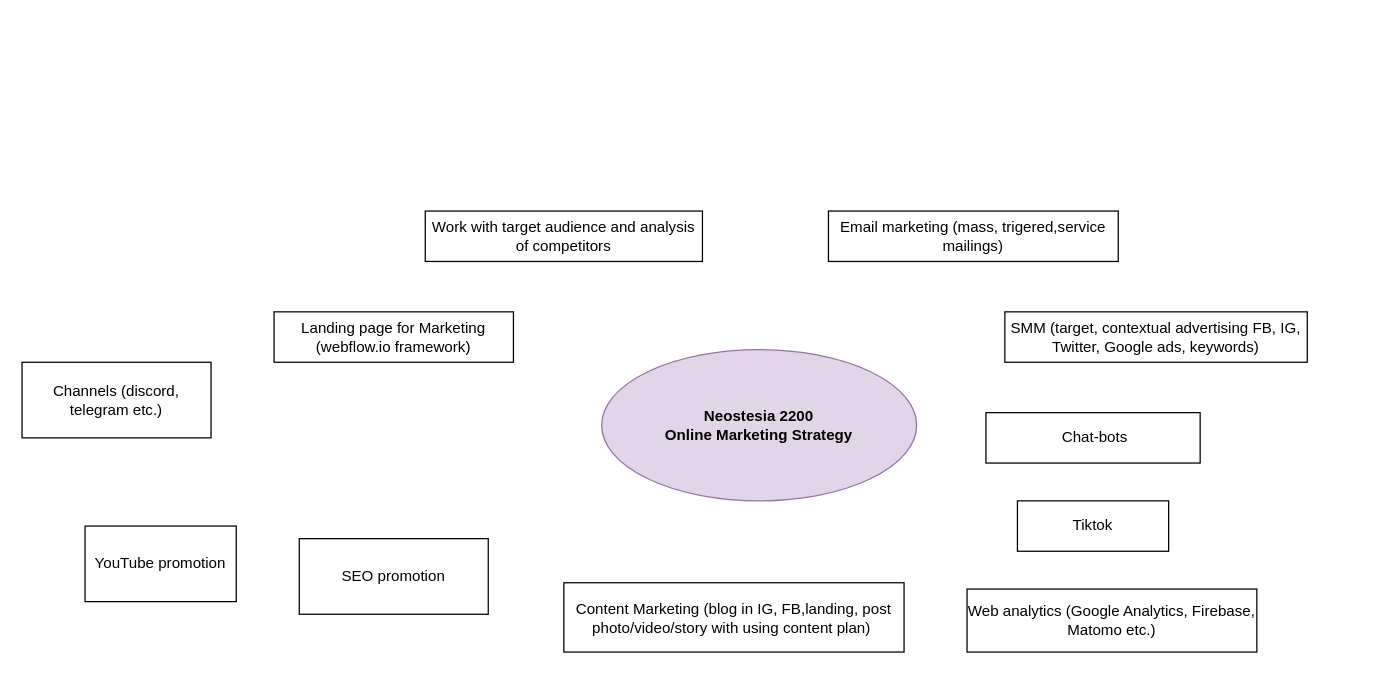
This is Marketing strategy Neostesia.drawio from annastazi09/blog, a draw.io file, before an edit. Source tidied: cells renumbered, new cells numbered last; positions are measured from the earlier drawing's top-left corner, leaving out a move shared by most shapes. Both pictures are drawn from the tidied source at 126%, with x=0, y=0 at pixel (21, 210).
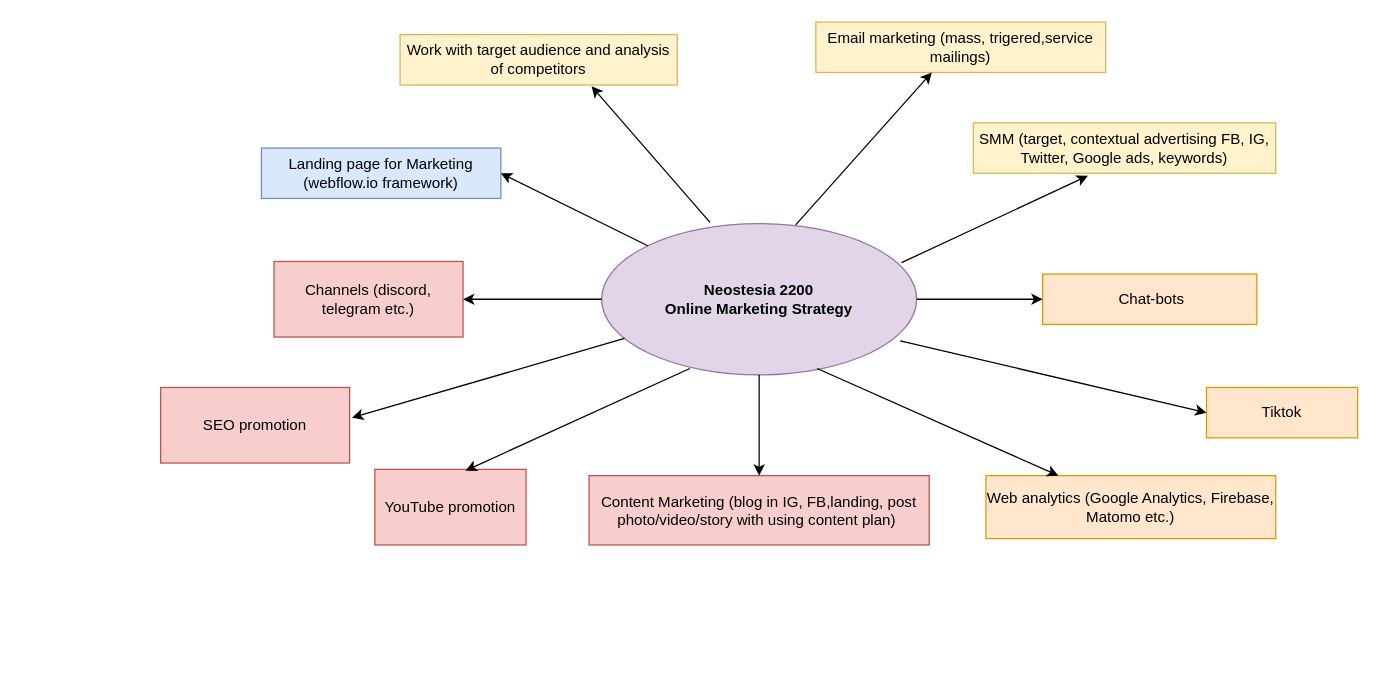
The same page after the edit.

Diff of the diagram source:
```diff
@@
     <mxCell id="2" value="&lt;b&gt;Neostesia 2200&lt;br&gt;Online Marketing Strategy&lt;/b&gt;" style="ellipse;whiteSpace=wrap;html=1;fillColor=#e1d5e7;strokeColor=#9673a6;" parent="1" vertex="1">
-      <mxGeometry x="460" y="110" width="250" height="120" as="geometry" />
+      <mxGeometry x="460" y="10" width="250" height="120" as="geometry" />
     </mxCell>
-    <mxCell id="3" value="Landing page for Marketing (webflow.io framework)" style="rounded=0;whiteSpace=wrap;html=1;" parent="1" vertex="1">
-      <mxGeometry x="200" y="80" width="190" height="40" as="geometry" />
+    <mxCell id="3" value="Landing page for Marketing (webflow.io framework)" style="rounded=0;whiteSpace=wrap;html=1;fillColor=#dae8fc;strokeColor=#6c8ebf;" parent="1" vertex="1">
+      <mxGeometry x="190" y="-50" width="190" height="40" as="geometry" />
     </mxCell>
-    <mxCell id="4" value="Work with target audience and analysis of competitors" style="rounded=0;whiteSpace=wrap;html=1;" parent="1" vertex="1">
-      <mxGeometry x="320" width="220" height="40" as="geometry" />
+    <mxCell id="4" value="Work with target audience and analysis of competitors" style="rounded=0;whiteSpace=wrap;html=1;fillColor=#fff2cc;strokeColor=#d6b656;" parent="1" vertex="1">
+      <mxGeometry x="300" y="-140" width="220" height="40" as="geometry" />
     </mxCell>
-    <mxCell id="5" value="Email marketing (mass, trigered,service mailings)" style="rounded=0;whiteSpace=wrap;html=1;" parent="1" vertex="1">
-      <mxGeometry x="640" width="230" height="40" as="geometry" />
+    <mxCell id="5" value="Email marketing (mass, trigered,service mailings)" style="rounded=0;whiteSpace=wrap;html=1;fillColor=#fff2cc;strokeColor=#d6b656;" parent="1" vertex="1">
+      <mxGeometry x="630" y="-150" width="230" height="40" as="geometry" />
     </mxCell>
-    <mxCell id="6" value="SMM (target, contextual advertising FB, IG, Twitter, Google ads, keywords)" style="rounded=0;whiteSpace=wrap;html=1;" parent="1" vertex="1">
-      <mxGeometry x="780" y="80" width="240" height="40" as="geometry" />
+    <mxCell id="6" value="SMM (target, contextual advertising FB, IG, Twitter, Google ads, keywords)" style="rounded=0;whiteSpace=wrap;html=1;fillColor=#fff2cc;strokeColor=#d6b656;" parent="1" vertex="1">
+      <mxGeometry x="755" y="-70" width="240" height="40" as="geometry" />
     </mxCell>
-    <mxCell id="7" value="&amp;nbsp;Chat-bots" style="rounded=0;whiteSpace=wrap;html=1;" parent="1" vertex="1">
-      <mxGeometry x="765" y="160" width="170" height="40" as="geometry" />
+    <mxCell id="7" value="&amp;nbsp;Chat-bots" style="rounded=0;whiteSpace=wrap;html=1;fillColor=#ffe6cc;strokeColor=#d79b00;" parent="1" vertex="1">
+      <mxGeometry x="810" y="50" width="170" height="40" as="geometry" />
     </mxCell>
-    <mxCell id="8" value="Tiktok" style="rounded=0;whiteSpace=wrap;html=1;" parent="1" vertex="1">
-      <mxGeometry x="790" y="230" width="120" height="40" as="geometry" />
+    <mxCell id="8" value="Tiktok" style="rounded=0;whiteSpace=wrap;html=1;fillColor=#ffe6cc;strokeColor=#d79b00;" parent="1" vertex="1">
+      <mxGeometry x="940" y="140" width="120" height="40" as="geometry" />
     </mxCell>
-    <mxCell id="9" value="Web analytics (Google Analytics, Firebase, Matomo etc.)" style="rounded=0;whiteSpace=wrap;html=1;" parent="1" vertex="1">
-      <mxGeometry x="750" y="300" width="230" height="50" as="geometry" />
+    <mxCell id="9" value="Web analytics (Google Analytics, Firebase, Matomo etc.)" style="rounded=0;whiteSpace=wrap;html=1;fillColor=#ffe6cc;strokeColor=#d79b00;" parent="1" vertex="1">
+      <mxGeometry x="765" y="210" width="230" height="50" as="geometry" />
     </mxCell>
-    <mxCell id="10" value="Content Marketing (blog in IG, FB,landing, post photo/video/story with using content plan)&amp;nbsp;" style="rounded=0;whiteSpace=wrap;html=1;" parent="1" vertex="1">
-      <mxGeometry x="430" y="295" width="270" height="55" as="geometry" />
+    <mxCell id="10" value="Content Marketing (blog in IG, FB,landing, post photo/video/story with using content plan)&amp;nbsp;" style="rounded=0;whiteSpace=wrap;html=1;fillColor=#f8cecc;strokeColor=#b85450;" parent="1" vertex="1">
+      <mxGeometry x="450" y="210" width="270" height="55" as="geometry" />
     </mxCell>
-    <mxCell id="11" value="SEO promotion" style="rounded=0;whiteSpace=wrap;html=1;" parent="1" vertex="1">
-      <mxGeometry x="220" y="260" width="150" height="60" as="geometry" />
+    <mxCell id="11" value="SEO promotion" style="rounded=0;whiteSpace=wrap;html=1;fillColor=#f8cecc;strokeColor=#b85450;" parent="1" vertex="1">
+      <mxGeometry x="110" y="140" width="150" height="60" as="geometry" />
     </mxCell>
-    <mxCell id="12" value="YouTube promotion" style="rounded=0;whiteSpace=wrap;html=1;" parent="1" vertex="1">
-      <mxGeometry x="50" y="250" width="120" height="60" as="geometry" />
+    <mxCell id="12" value="YouTube promotion" style="rounded=0;whiteSpace=wrap;html=1;fillColor=#f8cecc;strokeColor=#b85450;" parent="1" vertex="1">
+      <mxGeometry x="280" y="205" width="120" height="60" as="geometry" />
     </mxCell>
-    <mxCell id="13" value="Channels (discord, telegram etc.)" style="rounded=0;whiteSpace=wrap;html=1;" parent="1" vertex="1">
-      <mxGeometry y="120" width="150" height="60" as="geometry" />
+    <mxCell id="13" value="Channels (discord, telegram etc.)" style="rounded=0;whiteSpace=wrap;html=1;fillColor=#f8cecc;strokeColor=#b85450;" parent="1" vertex="1">
+      <mxGeometry x="200" y="40" width="150" height="60" as="geometry" />
     </mxCell>
+    <mxCell id="14" style="endArrow=classic;html=1;rounded=0;entryX=0.691;entryY=1.025;entryDx=0;entryDy=0;entryPerimeter=0;exitX=0.344;exitY=-0.008;exitDx=0;exitDy=0;exitPerimeter=0;" parent="1" edge="1" source="2" target="4">
+      <mxGeometry relative="1" as="geometry" />
+    </mxCell>
+    <mxCell id="15" style="endArrow=classic;html=1;rounded=0;entryX=1;entryY=0.5;entryDx=0;entryDy=0;exitX=0;exitY=0;exitDx=0;exitDy=0;" parent="1" edge="1" source="2" target="3">
+      <mxGeometry relative="1" as="geometry" />
+    </mxCell>
+    <mxCell id="16" style="endArrow=classic;html=1;rounded=0;entryX=0.4;entryY=1;entryDx=0;entryDy=0;entryPerimeter=0;exitX=0.616;exitY=0.008;exitDx=0;exitDy=0;exitPerimeter=0;" parent="1" edge="1" source="2" target="5">
+      <mxGeometry relative="1" as="geometry" />
+    </mxCell>
+    <mxCell id="17" style="endArrow=classic;html=1;rounded=0;entryX=0.379;entryY=1.05;entryDx=0;entryDy=0;entryPerimeter=0;exitX=0.952;exitY=0.258;exitDx=0;exitDy=0;exitPerimeter=0;" parent="1" edge="1" source="2" target="6">
+      <mxGeometry relative="1" as="geometry" />
+    </mxCell>
+    <mxCell id="18" style="endArrow=classic;html=1;rounded=0;exitX=1;exitY=0.5;exitDx=0;exitDy=0;entryX=0;entryY=0.5;entryDx=0;entryDy=0;" parent="1" edge="1" source="2" target="7">
+      <mxGeometry relative="1" as="geometry" />
+    </mxCell>
+    <mxCell id="19" style="endArrow=classic;html=1;rounded=0;entryX=1;entryY=0.5;entryDx=0;entryDy=0;" parent="1" edge="1" source="2" target="13">
+      <mxGeometry relative="1" as="geometry" />
+    </mxCell>
+    <mxCell id="20" style="endArrow=classic;html=1;rounded=0;exitX=0.948;exitY=0.775;exitDx=0;exitDy=0;exitPerimeter=0;entryX=0;entryY=0.5;entryDx=0;entryDy=0;" parent="1" edge="1" source="2" target="8">
+      <mxGeometry relative="1" as="geometry" />
+    </mxCell>
+    <mxCell id="21" style="endArrow=classic;html=1;rounded=0;exitX=0.684;exitY=0.958;exitDx=0;exitDy=0;exitPerimeter=0;entryX=0.25;entryY=0;entryDx=0;entryDy=0;" parent="1" edge="1" source="2" target="9">
+      <mxGeometry relative="1" as="geometry" />
+    </mxCell>
+    <mxCell id="22" style="endArrow=classic;html=1;rounded=0;entryX=1.013;entryY=0.4;entryDx=0;entryDy=0;entryPerimeter=0;" parent="1" edge="1" source="2" target="11">
+      <mxGeometry relative="1" as="geometry" />
+    </mxCell>
+    <mxCell id="23" style="endArrow=classic;html=1;rounded=0;exitX=0.28;exitY=0.958;exitDx=0;exitDy=0;exitPerimeter=0;entryX=0.6;entryY=0.017;entryDx=0;entryDy=0;entryPerimeter=0;" parent="1" edge="1" source="2" target="12">
+      <mxGeometry relative="1" as="geometry" />
+    </mxCell>
+    <mxCell id="24" style="endArrow=classic;html=1;rounded=0;exitX=0.5;exitY=1;exitDx=0;exitDy=0;" parent="1" edge="1" source="2" target="10">
+      <mxGeometry relative="1" as="geometry" />
+    </mxCell>
```
